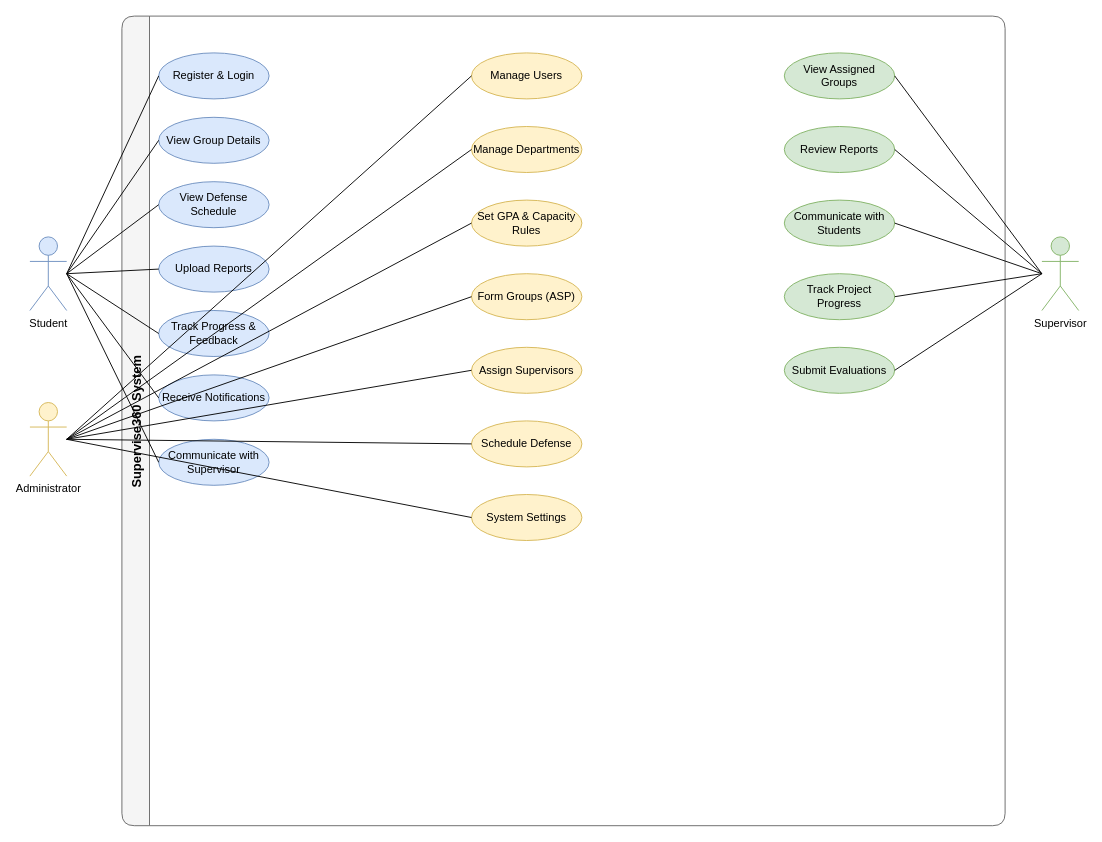
Earlier version of the draw.io diagram diagrams/01-use-case-diagram.drawio (Chidera584/supervise360). Source tidied: cells renumbered, new cells numbered last; positions are measured from the earlier drawing's top-left corner, leaving out a move shared by most shapes. Both pictures are drawn from the tidied source at 92%, with x=0, y=0 at pixel (29, 16).
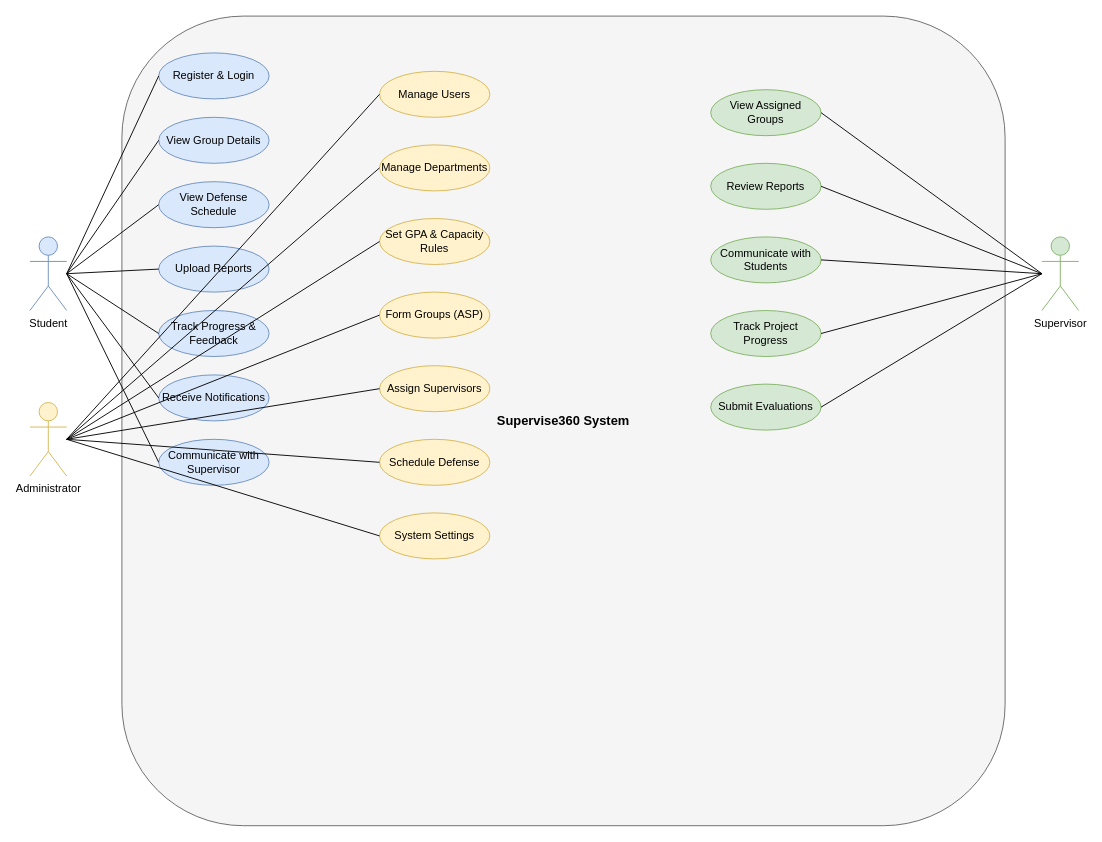
The same page after the edit.

Commit message:
Fix use case diagram: flat structure, numeric IDs, no swimlane for compatibility

Made-with: Cursor

The edit, as a diff of the source:
```diff
@@
-    <mxCell id="2" value="Supervise360 System" style="swimlane;fontStyle=1;fontSize=14;fillColor=#f5f5f5;strokeColor=#666666;startSize=30;horizontal=0;rounded=1;" parent="1" vertex="1">
+    <mxCell id="2" value="Supervise360 System" style="rounded=1;whiteSpace=wrap;html=1;fillColor=#f5f5f5;strokeColor=#666666;arcSize=15;fontStyle=1;fontSize=14;" parent="1" vertex="1">
       <mxGeometry x="100" width="960" height="880" as="geometry" />
     </mxCell>
-    <mxCell id="3" value="Register &amp; Login" style="ellipse;whiteSpace=wrap;html=1;fillColor=#dae8fc;strokeColor=#6c8ebf;" parent="2" vertex="1">
-      <mxGeometry x="40" y="40" width="120" height="50" as="geometry" />
+    <mxCell id="3" value="Register &amp; Login" style="ellipse;whiteSpace=wrap;html=1;fillColor=#dae8fc;strokeColor=#6c8ebf;" parent="1" vertex="1">
+      <mxGeometry x="140" y="40" width="120" height="50" as="geometry" />
     </mxCell>
-    <mxCell id="4" value="View Group Details" style="ellipse;whiteSpace=wrap;html=1;fillColor=#dae8fc;strokeColor=#6c8ebf;" parent="2" vertex="1">
-      <mxGeometry x="40" y="110" width="120" height="50" as="geometry" />
+    <mxCell id="4" value="View Group Details" style="ellipse;whiteSpace=wrap;html=1;fillColor=#dae8fc;strokeColor=#6c8ebf;" parent="1" vertex="1">
+      <mxGeometry x="140" y="110" width="120" height="50" as="geometry" />
     </mxCell>
-    <mxCell id="5" value="View Defense Schedule" style="ellipse;whiteSpace=wrap;html=1;fillColor=#dae8fc;strokeColor=#6c8ebf;" parent="2" vertex="1">
-      <mxGeometry x="40" y="180" width="120" height="50" as="geometry" />
+    <mxCell id="5" value="View Defense Schedule" style="ellipse;whiteSpace=wrap;html=1;fillColor=#dae8fc;strokeColor=#6c8ebf;" parent="1" vertex="1">
+      <mxGeometry x="140" y="180" width="120" height="50" as="geometry" />
     </mxCell>
-    <mxCell id="6" value="Upload Reports" style="ellipse;whiteSpace=wrap;html=1;fillColor=#dae8fc;strokeColor=#6c8ebf;" parent="2" vertex="1">
-      <mxGeometry x="40" y="250" width="120" height="50" as="geometry" />
+    <mxCell id="6" value="Upload Reports" style="ellipse;whiteSpace=wrap;html=1;fillColor=#dae8fc;strokeColor=#6c8ebf;" parent="1" vertex="1">
+      <mxGeometry x="140" y="250" width="120" height="50" as="geometry" />
     </mxCell>
-    <mxCell id="7" value="Track Progress &amp; Feedback" style="ellipse;whiteSpace=wrap;html=1;fillColor=#dae8fc;strokeColor=#6c8ebf;" parent="2" vertex="1">
-      <mxGeometry x="40" y="320" width="120" height="50" as="geometry" />
+    <mxCell id="7" value="Track Progress &amp; Feedback" style="ellipse;whiteSpace=wrap;html=1;fillColor=#dae8fc;strokeColor=#6c8ebf;" parent="1" vertex="1">
+      <mxGeometry x="140" y="320" width="120" height="50" as="geometry" />
     </mxCell>
-    <mxCell id="8" value="Receive Notifications" style="ellipse;whiteSpace=wrap;html=1;fillColor=#dae8fc;strokeColor=#6c8ebf;" parent="2" vertex="1">
-      <mxGeometry x="40" y="390" width="120" height="50" as="geometry" />
+    <mxCell id="8" value="Receive Notifications" style="ellipse;whiteSpace=wrap;html=1;fillColor=#dae8fc;strokeColor=#6c8ebf;" parent="1" vertex="1">
+      <mxGeometry x="140" y="390" width="120" height="50" as="geometry" />
     </mxCell>
-    <mxCell id="9" value="Communicate with Supervisor" style="ellipse;whiteSpace=wrap;html=1;fillColor=#dae8fc;strokeColor=#6c8ebf;" parent="2" vertex="1">
-      <mxGeometry x="40" y="460" width="120" height="50" as="geometry" />
+    <mxCell id="9" value="Communicate with Supervisor" style="ellipse;whiteSpace=wrap;html=1;fillColor=#dae8fc;strokeColor=#6c8ebf;" parent="1" vertex="1">
+      <mxGeometry x="140" y="460" width="120" height="50" as="geometry" />
     </mxCell>
-    <mxCell id="10" value="Manage Users" style="ellipse;whiteSpace=wrap;html=1;fillColor=#fff2cc;strokeColor=#d6b656;" parent="2" vertex="1">
-      <mxGeometry x="380" y="40" width="120" height="50" as="geometry" />
+    <mxCell id="10" value="Manage Users" style="ellipse;whiteSpace=wrap;html=1;fillColor=#fff2cc;strokeColor=#d6b656;" parent="1" vertex="1">
+      <mxGeometry x="380" y="60" width="120" height="50" as="geometry" />
     </mxCell>
-    <mxCell id="11" value="Manage Departments" style="ellipse;whiteSpace=wrap;html=1;fillColor=#fff2cc;strokeColor=#d6b656;" parent="2" vertex="1">
-      <mxGeometry x="380" y="120" width="120" height="50" as="geometry" />
+    <mxCell id="11" value="Manage Departments" style="ellipse;whiteSpace=wrap;html=1;fillColor=#fff2cc;strokeColor=#d6b656;" parent="1" vertex="1">
+      <mxGeometry x="380" y="140" width="120" height="50" as="geometry" />
     </mxCell>
-    <mxCell id="12" value="Set GPA &amp; Capacity Rules" style="ellipse;whiteSpace=wrap;html=1;fillColor=#fff2cc;strokeColor=#d6b656;" parent="2" vertex="1">
-      <mxGeometry x="380" y="200" width="120" height="50" as="geometry" />
+    <mxCell id="12" value="Set GPA &amp; Capacity Rules" style="ellipse;whiteSpace=wrap;html=1;fillColor=#fff2cc;strokeColor=#d6b656;" parent="1" vertex="1">
+      <mxGeometry x="380" y="220" width="120" height="50" as="geometry" />
     </mxCell>
-    <mxCell id="13" value="Form Groups (ASP)" style="ellipse;whiteSpace=wrap;html=1;fillColor=#fff2cc;strokeColor=#d6b656;" parent="2" vertex="1">
-      <mxGeometry x="380" y="280" width="120" height="50" as="geometry" />
+    <mxCell id="13" value="Form Groups (ASP)" style="ellipse;whiteSpace=wrap;html=1;fillColor=#fff2cc;strokeColor=#d6b656;" parent="1" vertex="1">
+      <mxGeometry x="380" y="300" width="120" height="50" as="geometry" />
     </mxCell>
-    <mxCell id="14" value="Assign Supervisors" style="ellipse;whiteSpace=wrap;html=1;fillColor=#fff2cc;strokeColor=#d6b656;" parent="2" vertex="1">
-      <mxGeometry x="380" y="360" width="120" height="50" as="geometry" />
+    <mxCell id="14" value="Assign Supervisors" style="ellipse;whiteSpace=wrap;html=1;fillColor=#fff2cc;strokeColor=#d6b656;" parent="1" vertex="1">
+      <mxGeometry x="380" y="380" width="120" height="50" as="geometry" />
     </mxCell>
-    <mxCell id="15" value="Schedule Defense" style="ellipse;whiteSpace=wrap;html=1;fillColor=#fff2cc;strokeColor=#d6b656;" parent="2" vertex="1">
-      <mxGeometry x="380" y="440" width="120" height="50" as="geometry" />
+    <mxCell id="15" value="Schedule Defense" style="ellipse;whiteSpace=wrap;html=1;fillColor=#fff2cc;strokeColor=#d6b656;" parent="1" vertex="1">
+      <mxGeometry x="380" y="460" width="120" height="50" as="geometry" />
     </mxCell>
-    <mxCell id="16" value="System Settings" style="ellipse;whiteSpace=wrap;html=1;fillColor=#fff2cc;strokeColor=#d6b656;" parent="2" vertex="1">
-      <mxGeometry x="380" y="520" width="120" height="50" as="geometry" />
+    <mxCell id="16" value="System Settings" style="ellipse;whiteSpace=wrap;html=1;fillColor=#fff2cc;strokeColor=#d6b656;" parent="1" vertex="1">
+      <mxGeometry x="380" y="540" width="120" height="50" as="geometry" />
     </mxCell>
-    <mxCell id="17" value="View Assigned Groups" style="ellipse;whiteSpace=wrap;html=1;fillColor=#d5e8d4;strokeColor=#82b366;" parent="2" vertex="1">
-      <mxGeometry x="720" y="40" width="120" height="50" as="geometry" />
+    <mxCell id="17" value="View Assigned Groups" style="ellipse;whiteSpace=wrap;html=1;fillColor=#d5e8d4;strokeColor=#82b366;" parent="1" vertex="1">
+      <mxGeometry x="740" y="80" width="120" height="50" as="geometry" />
     </mxCell>
-    <mxCell id="18" value="Review Reports" style="ellipse;whiteSpace=wrap;html=1;fillColor=#d5e8d4;strokeColor=#82b366;" parent="2" vertex="1">
-      <mxGeometry x="720" y="120" width="120" height="50" as="geometry" />
+    <mxCell id="18" value="Review Reports" style="ellipse;whiteSpace=wrap;html=1;fillColor=#d5e8d4;strokeColor=#82b366;" parent="1" vertex="1">
+      <mxGeometry x="740" y="160" width="120" height="50" as="geometry" />
     </mxCell>
-    <mxCell id="19" value="Communicate with Students" style="ellipse;whiteSpace=wrap;html=1;fillColor=#d5e8d4;strokeColor=#82b366;" parent="2" vertex="1">
-      <mxGeometry x="720" y="200" width="120" height="50" as="geometry" />
+    <mxCell id="19" value="Communicate with Students" style="ellipse;whiteSpace=wrap;html=1;fillColor=#d5e8d4;strokeColor=#82b366;" parent="1" vertex="1">
+      <mxGeometry x="740" y="240" width="120" height="50" as="geometry" />
     </mxCell>
-    <mxCell id="20" value="Track Project Progress" style="ellipse;whiteSpace=wrap;html=1;fillColor=#d5e8d4;strokeColor=#82b366;" parent="2" vertex="1">
-      <mxGeometry x="720" y="280" width="120" height="50" as="geometry" />
+    <mxCell id="20" value="Track Project Progress" style="ellipse;whiteSpace=wrap;html=1;fillColor=#d5e8d4;strokeColor=#82b366;" parent="1" vertex="1">
+      <mxGeometry x="740" y="320" width="120" height="50" as="geometry" />
     </mxCell>
-    <mxCell id="21" value="Submit Evaluations" style="ellipse;whiteSpace=wrap;html=1;fillColor=#d5e8d4;strokeColor=#82b366;" parent="2" vertex="1">
-      <mxGeometry x="720" y="360" width="120" height="50" as="geometry" />
+    <mxCell id="21" value="Submit Evaluations" style="ellipse;whiteSpace=wrap;html=1;fillColor=#d5e8d4;strokeColor=#82b366;" parent="1" vertex="1">
+      <mxGeometry x="740" y="400" width="120" height="50" as="geometry" />
     </mxCell>
```
